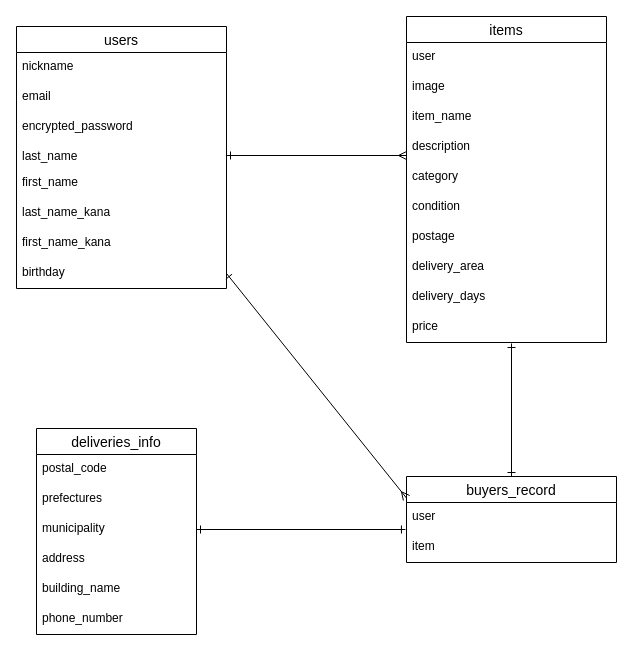
Above: furima-er.dio in daichi-33/furima-35975 (draw.io), before the change. Source tidied: cells renumbered, new cells numbered last; positions are measured from the earlier drawing's top-left corner, leaving out a move shared by most shapes. Both pictures are drawn from the tidied source at 100%, with x=0, y=0 at pixel (16, 16).
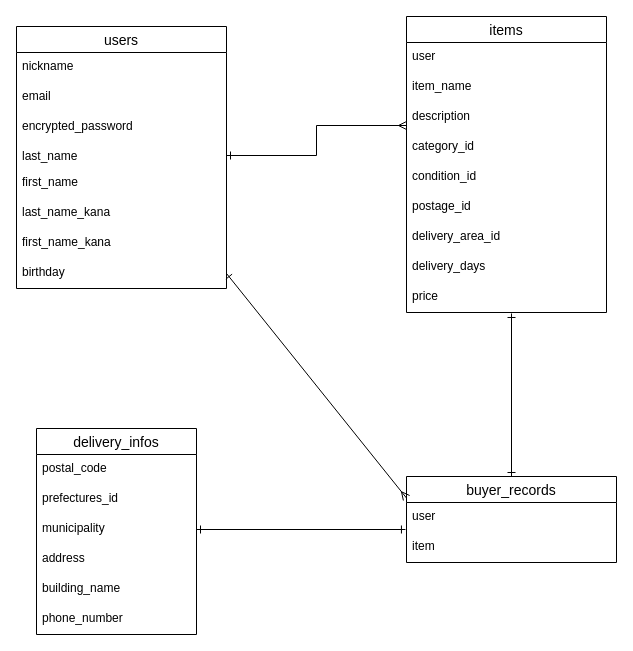
The same diagram, later.

Commit message (it also covers changes not shown here):
ER図・テーブル設計＜修正後＞

Change to the diagram source:
```diff
@@
     <mxCell id="11" value="items" style="swimlane;fontStyle=0;horizontal=1;startSize=26;align=center;fontSize=14;" parent="1" vertex="1">
-      <mxGeometry x="390" width="200" height="326" as="geometry" />
+      <mxGeometry x="390" width="200" height="296" as="geometry" />
     </mxCell>
@@
-    <mxCell id="13" value="image" style="text;strokeColor=none;fillColor=none;spacingLeft=4;spacingRight=4;overflow=hidden;fontSize=12;" parent="11" vertex="1">
-      <mxGeometry y="56" width="200" height="30" as="geometry" />
-    </mxCell>
     <mxCell id="14" value="item_name" style="text;strokeColor=none;fillColor=none;spacingLeft=4;spacingRight=4;overflow=hidden;fontSize=12;" parent="11" vertex="1">
-      <mxGeometry y="86" width="200" height="30" as="geometry" />
+      <mxGeometry y="56" width="200" height="30" as="geometry" />
     </mxCell>
     <mxCell id="15" value="description" style="text;strokeColor=none;fillColor=none;spacingLeft=4;spacingRight=4;overflow=hidden;points=[[0,0.5],[1,0.5]];portConstraint=eastwest;fontSize=12;" parent="11" vertex="1">
-      <mxGeometry y="116" width="200" height="30" as="geometry" />
+      <mxGeometry y="86" width="200" height="30" as="geometry" />
     </mxCell>
-    <mxCell id="16" value="category" style="text;strokeColor=none;fillColor=none;spacingLeft=4;spacingRight=4;overflow=hidden;fontSize=12;" parent="11" vertex="1">
-      <mxGeometry y="146" width="200" height="30" as="geometry" />
+    <mxCell id="16" value="category_id" style="text;strokeColor=none;fillColor=none;spacingLeft=4;spacingRight=4;overflow=hidden;fontSize=12;" parent="11" vertex="1">
+      <mxGeometry y="116" width="200" height="30" as="geometry" />
     </mxCell>
-    <mxCell id="17" value="condition" style="text;strokeColor=none;fillColor=none;spacingLeft=4;spacingRight=4;overflow=hidden;fontSize=12;" parent="11" vertex="1">
-      <mxGeometry y="176" width="200" height="30" as="geometry" />
+    <mxCell id="17" value="condition_id" style="text;strokeColor=none;fillColor=none;spacingLeft=4;spacingRight=4;overflow=hidden;fontSize=12;" parent="11" vertex="1">
+      <mxGeometry y="146" width="200" height="30" as="geometry" />
     </mxCell>
-    <mxCell id="18" value="postage" style="text;strokeColor=none;fillColor=none;spacingLeft=4;spacingRight=4;overflow=hidden;fontSize=12;" parent="11" vertex="1">
-      <mxGeometry y="206" width="200" height="30" as="geometry" />
+    <mxCell id="18" value="postage_id" style="text;strokeColor=none;fillColor=none;spacingLeft=4;spacingRight=4;overflow=hidden;fontSize=12;" parent="11" vertex="1">
+      <mxGeometry y="176" width="200" height="30" as="geometry" />
     </mxCell>
-    <mxCell id="19" value="delivery_area" style="text;strokeColor=none;fillColor=none;spacingLeft=4;spacingRight=4;overflow=hidden;fontSize=12;" parent="11" vertex="1">
-      <mxGeometry y="236" width="200" height="30" as="geometry" />
+    <mxCell id="19" value="delivery_area_id" style="text;strokeColor=none;fillColor=none;spacingLeft=4;spacingRight=4;overflow=hidden;fontSize=12;" parent="11" vertex="1">
+      <mxGeometry y="206" width="200" height="30" as="geometry" />
     </mxCell>
     <mxCell id="20" value="delivery_days" style="text;strokeColor=none;fillColor=none;spacingLeft=4;spacingRight=4;overflow=hidden;fontSize=12;" parent="11" vertex="1">
-      <mxGeometry y="266" width="200" height="30" as="geometry" />
+      <mxGeometry y="236" width="200" height="30" as="geometry" />
     </mxCell>
     <mxCell id="21" value="price" style="text;strokeColor=none;fillColor=none;spacingLeft=4;spacingRight=4;overflow=hidden;points=[[0,0.5],[1,0.5]];portConstraint=eastwest;fontSize=12;" parent="11" vertex="1">
-      <mxGeometry y="296" width="200" height="30" as="geometry" />
+      <mxGeometry y="266" width="200" height="30" as="geometry" />
     </mxCell>
@@
-    <mxCell id="23" value="buyers_record" style="swimlane;fontStyle=0;horizontal=1;startSize=26;align=center;fontSize=14;" parent="1" vertex="1">
+    <mxCell id="23" value="buyer_records" style="swimlane;fontStyle=0;horizontal=1;startSize=26;align=center;fontSize=14;" parent="1" vertex="1">
       <mxGeometry x="390" y="460" width="210" height="86" as="geometry" />
     </mxCell>
@@
-    <mxCell id="26" value="deliveries_info" style="swimlane;fontStyle=0;horizontal=1;startSize=26;align=center;fontSize=14;" parent="1" vertex="1">
+    <mxCell id="26" value="delivery_infos" style="swimlane;fontStyle=0;horizontal=1;startSize=26;align=center;fontSize=14;" parent="1" vertex="1">
       <mxGeometry x="20" y="412" width="160" height="206" as="geometry" />
     </mxCell>
@@
-    <mxCell id="28" value="prefectures" style="text;strokeColor=none;fillColor=none;spacingLeft=4;spacingRight=4;overflow=hidden;fontSize=12;" parent="26" vertex="1">
+    <mxCell id="28" value="prefectures_id" style="text;strokeColor=none;fillColor=none;spacingLeft=4;spacingRight=4;overflow=hidden;fontSize=12;" parent="26" vertex="1">
       <mxGeometry y="56" width="160" height="30" as="geometry" />
     </mxCell>
```
